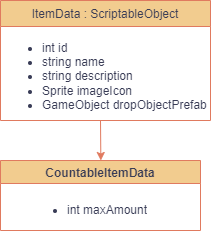
This is 제목 없는 다이어그램.drawio.png from hae-seung/ddolking, a draw.io export, as it was before one commit. Source tidied: cells renumbered, new cells last; positions are measured from the earlier drawing's top-left corner, leaving out a move shared by most shapes. The source it was exported from:
```xml
<mxGraphModel>
  <root>
    <mxCell id="0" />
    <mxCell id="1" parent="0" />
    <mxCell id="2" value="ItemData : ScriptableObject" style="swimlane;fontStyle=0;align=center;verticalAlign=top;horizontal=1;startSize=26;rounded=0;shadow=0;strokeWidth=1;labelBackgroundColor=none;fillColor=#F2CC8F;strokeColor=#E07A5F;fontColor=#393C56;" parent="1" vertex="1">
      <mxGeometry width="210" height="120" as="geometry" />
    </mxCell>
    <mxCell id="3" value="&lt;ul&gt;&lt;li&gt;&lt;span style=&quot;text-wrap: nowrap;&quot;&gt;int id&lt;/span&gt;&lt;br&gt;&lt;/li&gt;&lt;li&gt;&lt;span style=&quot;text-wrap: nowrap;&quot;&gt;string name&lt;br&gt;&lt;/span&gt;&lt;/li&gt;&lt;li&gt;&lt;span style=&quot;text-wrap: nowrap;&quot;&gt;string description&lt;br&gt;&lt;/span&gt;&lt;/li&gt;&lt;li&gt;&lt;span style=&quot;text-wrap: nowrap;&quot;&gt;Sprite imageIcon&lt;br&gt;&lt;/span&gt;&lt;/li&gt;&lt;li&gt;&lt;span style=&quot;text-wrap: nowrap;&quot;&gt;GameObject dropObjectPrefab&lt;br&gt;&lt;/span&gt;&lt;/li&gt;&lt;/ul&gt;" style="text;strokeColor=none;fillColor=none;html=1;whiteSpace=wrap;verticalAlign=middle;overflow=hidden;fontColor=#393C56;" parent="2" vertex="1">
      <mxGeometry y="26" width="210" height="94" as="geometry" />
    </mxCell>
    <mxCell id="4" style="endArrow=classic;html=1;rounded=0;labelBackgroundColor=none;fontColor=default;strokeColor=#E07A5F;" parent="1" edge="1">
      <mxGeometry relative="1" as="geometry">
        <mxPoint x="100" y="120" as="sourcePoint" />
        <mxPoint x="100.3" y="160" as="targetPoint" />
      </mxGeometry>
    </mxCell>
    <mxCell id="5" value="CountableItemData" style="swimlane;strokeColor=#E07A5F;fontColor=#393C56;fillColor=#F2CC8F;" parent="1" vertex="1">
      <mxGeometry y="160" width="200" height="70" as="geometry" />
    </mxCell>
    <mxCell id="6" value="&lt;ul&gt;&lt;li&gt;int maxAmount&lt;/li&gt;&lt;/ul&gt;" style="text;strokeColor=none;fillColor=none;html=1;whiteSpace=wrap;verticalAlign=middle;overflow=hidden;fontColor=#393C56;" parent="5" vertex="1">
      <mxGeometry x="25" y="27.5" width="150" height="45" as="geometry" />
    </mxCell>
  </root>
</mxGraphModel>
```
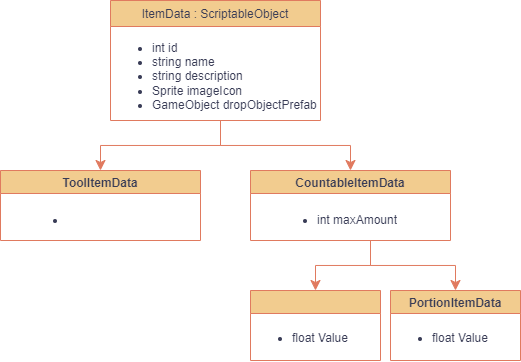
The same diagram one commit later.

Commit message:
제목 없는 다이어그램.drawio.png 업데이트

The edit, as a diff of the source:
```diff
@@ -3,22 +3,55 @@
     <mxCell id="0" />
     <mxCell id="1" parent="0" />
     <mxCell id="2" value="ItemData : ScriptableObject" style="swimlane;fontStyle=0;align=center;verticalAlign=top;horizontal=1;startSize=26;rounded=0;shadow=0;strokeWidth=1;labelBackgroundColor=none;fillColor=#F2CC8F;strokeColor=#E07A5F;fontColor=#393C56;" parent="1" vertex="1">
-      <mxGeometry width="210" height="120" as="geometry" />
+      <mxGeometry x="280" width="210" height="120" as="geometry" />
     </mxCell>
     <mxCell id="3" value="&lt;ul&gt;&lt;li&gt;&lt;span style=&quot;text-wrap: nowrap;&quot;&gt;int id&lt;/span&gt;&lt;br&gt;&lt;/li&gt;&lt;li&gt;&lt;span style=&quot;text-wrap: nowrap;&quot;&gt;string name&lt;br&gt;&lt;/span&gt;&lt;/li&gt;&lt;li&gt;&lt;span style=&quot;text-wrap: nowrap;&quot;&gt;string description&lt;br&gt;&lt;/span&gt;&lt;/li&gt;&lt;li&gt;&lt;span style=&quot;text-wrap: nowrap;&quot;&gt;Sprite imageIcon&lt;br&gt;&lt;/span&gt;&lt;/li&gt;&lt;li&gt;&lt;span style=&quot;text-wrap: nowrap;&quot;&gt;GameObject dropObjectPrefab&lt;br&gt;&lt;/span&gt;&lt;/li&gt;&lt;/ul&gt;" style="text;strokeColor=none;fillColor=none;html=1;whiteSpace=wrap;verticalAlign=middle;overflow=hidden;fontColor=#393C56;" parent="2" vertex="1">
       <mxGeometry y="26" width="210" height="94" as="geometry" />
     </mxCell>
-    <mxCell id="4" style="endArrow=classic;html=1;rounded=0;labelBackgroundColor=none;fontColor=default;strokeColor=#E07A5F;" parent="1" edge="1">
-      <mxGeometry relative="1" as="geometry">
-        <mxPoint x="100" y="120" as="sourcePoint" />
-        <mxPoint x="100.3" y="160" as="targetPoint" />
-      </mxGeometry>
-    </mxCell>
     <mxCell id="5" value="CountableItemData" style="swimlane;strokeColor=#E07A5F;fontColor=#393C56;fillColor=#F2CC8F;" parent="1" vertex="1">
-      <mxGeometry y="160" width="200" height="70" as="geometry" />
+      <mxGeometry x="420" y="170" width="200" height="70" as="geometry" />
     </mxCell>
     <mxCell id="6" value="&lt;ul&gt;&lt;li&gt;int maxAmount&lt;/li&gt;&lt;/ul&gt;" style="text;strokeColor=none;fillColor=none;html=1;whiteSpace=wrap;verticalAlign=middle;overflow=hidden;fontColor=#393C56;" parent="5" vertex="1">
       <mxGeometry x="25" y="27.5" width="150" height="45" as="geometry" />
     </mxCell>
+    <mxCell id="7" style="edgeStyle=elbowEdgeStyle;elbow=vertical;endArrow=classic;html=1;curved=0;rounded=0;endSize=8;startSize=8;strokeColor=#E07A5F;fontColor=#393C56;fillColor=#F2CC8F;entryX=0.5;entryY=0;entryDx=0;entryDy=0;" parent="1" edge="1" target="5">
+      <mxGeometry relative="1" as="geometry">
+        <mxPoint x="390" y="120" as="sourcePoint" />
+      </mxGeometry>
+    </mxCell>
+    <mxCell id="8" style="edgeStyle=elbowEdgeStyle;elbow=vertical;endArrow=classic;html=1;curved=0;rounded=0;endSize=8;startSize=8;strokeColor=#E07A5F;fontColor=#393C56;fillColor=#F2CC8F;" parent="1" edge="1">
+      <mxGeometry relative="1" as="geometry">
+        <mxPoint x="390" y="120" as="sourcePoint" />
+        <mxPoint x="270" y="170" as="targetPoint" />
+      </mxGeometry>
+    </mxCell>
+    <mxCell id="9" value="ToolItemData" style="swimlane;strokeColor=#E07A5F;fontColor=#393C56;fillColor=#F2CC8F;" parent="1" vertex="1">
+      <mxGeometry x="170" y="170" width="200" height="70" as="geometry" />
+    </mxCell>
+    <mxCell id="10" value="&lt;ul&gt;&lt;li&gt;&lt;br&gt;&lt;/li&gt;&lt;/ul&gt;" style="text;strokeColor=none;fillColor=none;html=1;whiteSpace=wrap;verticalAlign=middle;overflow=hidden;fontColor=#393C56;" parent="9" vertex="1">
+      <mxGeometry x="25" y="27.5" width="150" height="45" as="geometry" />
+    </mxCell>
+    <mxCell id="11" style="edgeStyle=elbowEdgeStyle;elbow=vertical;endArrow=classic;html=1;curved=0;rounded=0;endSize=8;startSize=8;strokeColor=#E07A5F;fontColor=#393C56;fillColor=#F2CC8F;entryX=0.5;entryY=0;entryDx=0;entryDy=0;" parent="1" edge="1" target="13">
+      <mxGeometry relative="1" as="geometry">
+        <mxPoint x="540" y="240" as="sourcePoint" />
+      </mxGeometry>
+    </mxCell>
+    <mxCell id="12" style="edgeStyle=elbowEdgeStyle;elbow=vertical;endArrow=classic;html=1;curved=0;rounded=0;endSize=8;startSize=8;strokeColor=#E07A5F;fontColor=#393C56;fillColor=#F2CC8F;entryX=0.5;entryY=0;entryDx=0;entryDy=0;" parent="1" edge="1" target="15">
+      <mxGeometry relative="1" as="geometry">
+        <mxPoint x="540" y="240" as="sourcePoint" />
+      </mxGeometry>
+    </mxCell>
+    <mxCell id="13" value="PortionItemData" style="swimlane;strokeColor=#E07A5F;fontColor=#393C56;fillColor=#F2CC8F;" parent="1" vertex="1">
+      <mxGeometry x="560" y="290" width="130" height="70" as="geometry" />
+    </mxCell>
+    <mxCell id="14" value="&lt;ul&gt;&lt;li&gt;float Value&lt;/li&gt;&lt;/ul&gt;" style="text;strokeColor=none;fillColor=none;html=1;whiteSpace=wrap;verticalAlign=middle;overflow=hidden;fontColor=#393C56;" parent="13" vertex="1">
+      <mxGeometry y="25" width="130" height="45" as="geometry" />
+    </mxCell>
+    <mxCell id="15" style="swimlane;strokeColor=#E07A5F;fontColor=#393C56;fillColor=#F2CC8F;" parent="1" vertex="1">
+      <mxGeometry x="420" y="290" width="130" height="70" as="geometry" />
+    </mxCell>
+    <mxCell id="16" value="&lt;ul&gt;&lt;li&gt;float Value&lt;/li&gt;&lt;/ul&gt;" style="text;strokeColor=none;fillColor=none;html=1;whiteSpace=wrap;verticalAlign=middle;overflow=hidden;fontColor=#393C56;" parent="15" vertex="1">
+      <mxGeometry y="25" width="130" height="45" as="geometry" />
+    </mxCell>
   </root>
 </mxGraphModel>
```
